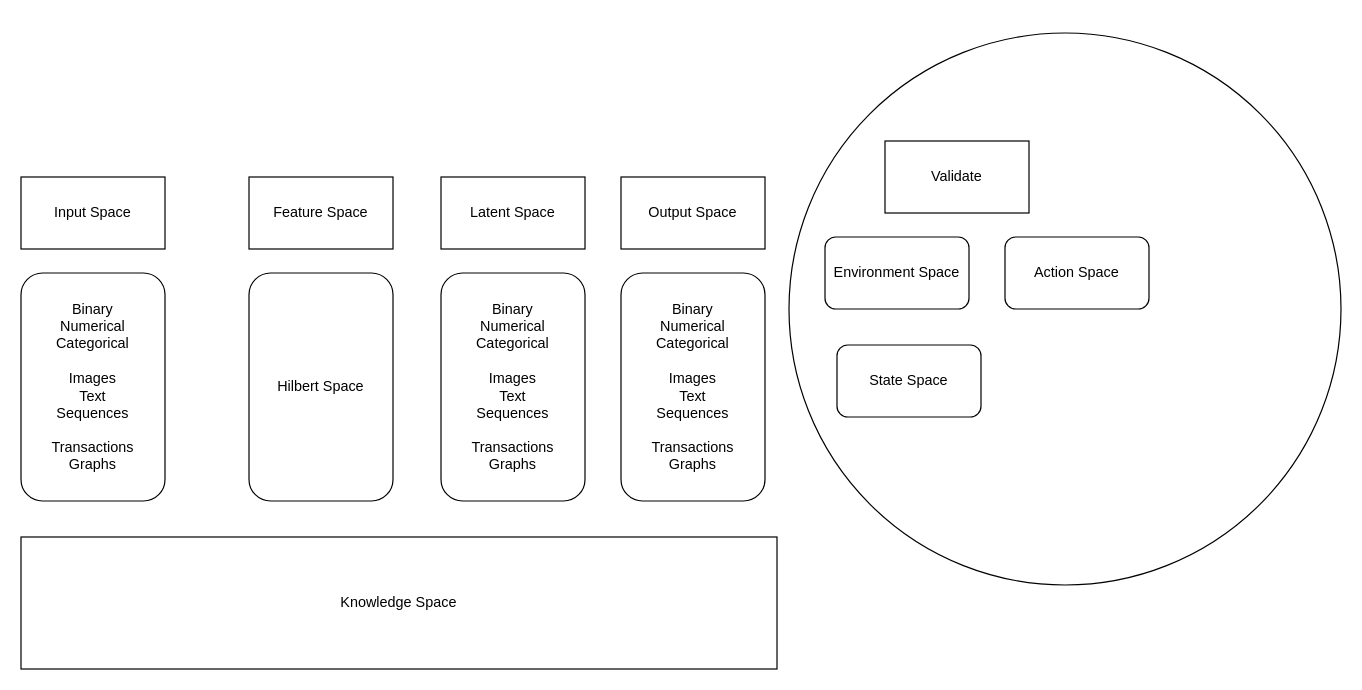
lilaims/MsDS keeps this draw.io diagram as spaces.drawio. Above is the earlier version. Source tidied: cells renumbered, new cells numbered last; positions are measured from the earlier drawing's top-left corner, leaving out a move shared by most shapes. Both pictures are drawn from the tidied source at 120%, with x=0, y=0 at pixel (20, 32).
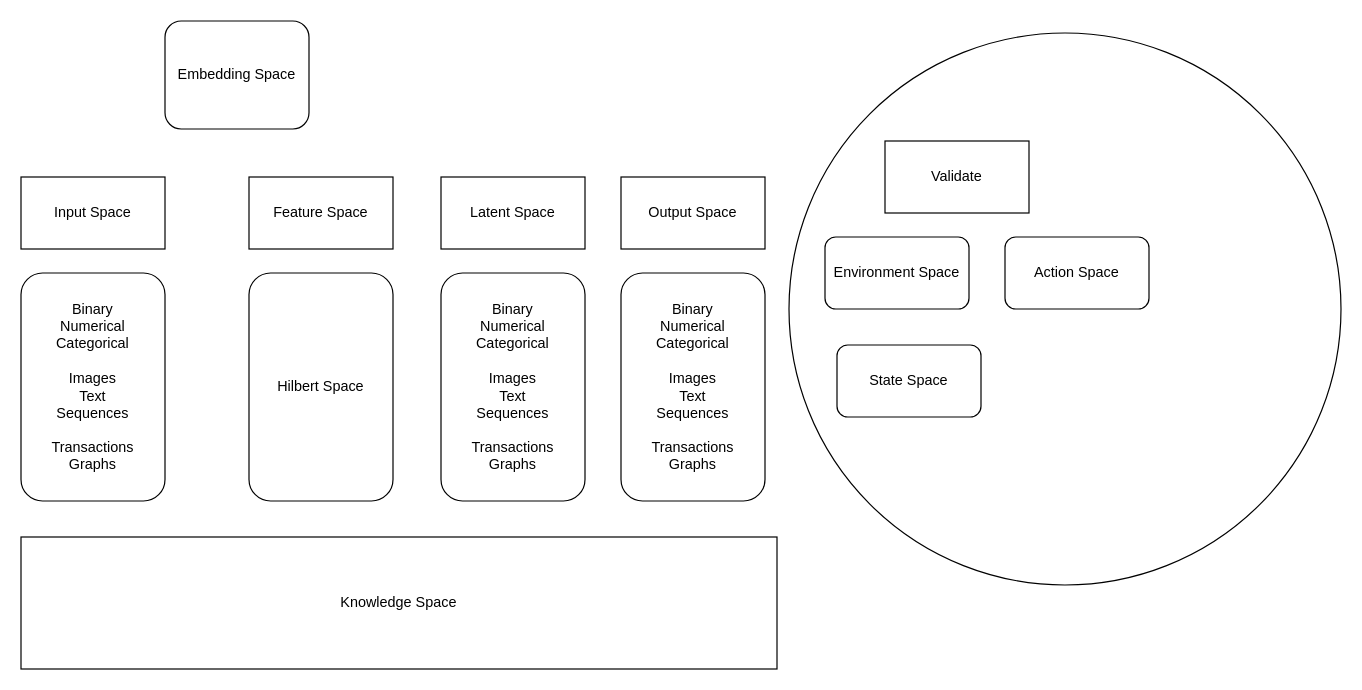
The same diagram, later.

Change to the diagram source:
```diff
@@
 <mxGraphModel>
   <root>
     <mxCell id="0" />
     <mxCell id="1" parent="0" />
     <mxCell id="2" value="Input Space" style="rounded=0;whiteSpace=wrap;html=1;" parent="1" vertex="1">
       <mxGeometry y="120" width="120" height="60" as="geometry" />
     </mxCell>
     <mxCell id="3" value="Binary&lt;br&gt;Numerical&lt;br&gt;Categorical&lt;br&gt;&lt;br&gt;Images&lt;br&gt;Text&lt;br&gt;Sequences&lt;br&gt;&lt;br&gt;Transactions&lt;br&gt;Graphs" style="rounded=1;whiteSpace=wrap;html=1;" parent="1" vertex="1">
       <mxGeometry y="200" width="120" height="190" as="geometry" />
     </mxCell>
     <mxCell id="4" value="Feature Space" style="rounded=0;whiteSpace=wrap;html=1;" parent="1" vertex="1">
       <mxGeometry x="190" y="120" width="120" height="60" as="geometry" />
     </mxCell>
     <mxCell id="5" value="Hilbert Space" style="rounded=1;whiteSpace=wrap;html=1;" parent="1" vertex="1">
       <mxGeometry x="190" y="200" width="120" height="190" as="geometry" />
     </mxCell>
     <mxCell id="6" value="Latent Space" style="rounded=0;whiteSpace=wrap;html=1;" parent="1" vertex="1">
       <mxGeometry x="350" y="120" width="120" height="60" as="geometry" />
     </mxCell>
     <mxCell id="7" value="Binary&lt;br&gt;Numerical&lt;br&gt;Categorical&lt;br&gt;&lt;br&gt;Images&lt;br&gt;Text&lt;br&gt;Sequences&lt;br&gt;&lt;br&gt;Transactions&lt;br&gt;Graphs" style="rounded=1;whiteSpace=wrap;html=1;" parent="1" vertex="1">
       <mxGeometry x="350" y="200" width="120" height="190" as="geometry" />
     </mxCell>
     <mxCell id="8" value="Output Space" style="rounded=0;whiteSpace=wrap;html=1;" parent="1" vertex="1">
       <mxGeometry x="500" y="120" width="120" height="60" as="geometry" />
     </mxCell>
     <mxCell id="9" value="Binary&lt;br&gt;Numerical&lt;br&gt;Categorical&lt;br&gt;&lt;br&gt;Images&lt;br&gt;Text&lt;br&gt;Sequences&lt;br&gt;&lt;br&gt;Transactions&lt;br&gt;Graphs" style="rounded=1;whiteSpace=wrap;html=1;" parent="1" vertex="1">
       <mxGeometry x="500" y="200" width="120" height="190" as="geometry" />
     </mxCell>
     <mxCell id="10" style="ellipse;whiteSpace=wrap;html=1;" parent="1" vertex="1">
       <mxGeometry x="640" width="460" height="460" as="geometry" />
     </mxCell>
     <mxCell id="11" value="Validate" style="rounded=0;whiteSpace=wrap;html=1;" parent="1" vertex="1">
       <mxGeometry x="720" y="90" width="120" height="60" as="geometry" />
     </mxCell>
     <mxCell id="12" value="Knowledge Space" style="rounded=0;whiteSpace=wrap;html=1;" parent="1" vertex="1">
       <mxGeometry y="420" width="630" height="110" as="geometry" />
     </mxCell>
     <mxCell id="13" value="State Space" style="rounded=1;whiteSpace=wrap;html=1;" parent="1" vertex="1">
       <mxGeometry x="680" y="260" width="120" height="60" as="geometry" />
     </mxCell>
     <mxCell id="14" value="Environment Space" style="rounded=1;whiteSpace=wrap;html=1;" parent="1" vertex="1">
       <mxGeometry x="670" y="170" width="120" height="60" as="geometry" />
     </mxCell>
     <mxCell id="15" value="Action Space" style="rounded=1;whiteSpace=wrap;html=1;" parent="1" vertex="1">
       <mxGeometry x="820" y="170" width="120" height="60" as="geometry" />
     </mxCell>
+    <mxCell id="16" value="Embedding Space" style="rounded=1;whiteSpace=wrap;html=1;" parent="1" vertex="1">
+      <mxGeometry x="120" y="-10" width="120" height="90" as="geometry" />
+    </mxCell>
   </root>
 </mxGraphModel>
```
